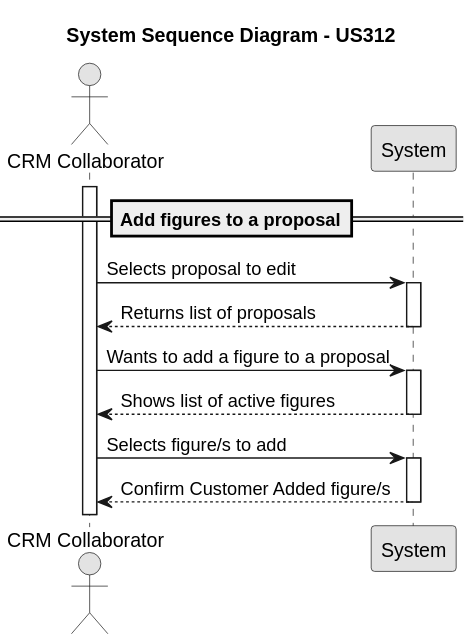
Earlier version of the PlantUML export docs/Sprint3/us_312/images/System_Sequence_Diagram_US312.svg (rubenFreitas1/ISEP-LAPR4-2024-2025). The source it was exported from:
```plantuml
@startuml
skinparam monochrome true
skinparam packageStyle rectangle
skinparam shadowing false

actor "CRM Collaborator" as crmCollaborator
participant "System" as system

title System Sequence Diagram - US312

==Add figures to a proposal==
activate crmCollaborator

crmCollaborator -> system : Selects proposal to edit
activate system
system --> crmCollaborator : Returns list of proposals
deactivate system

crmCollaborator -> system : Wants to add a figure to a proposal
activate system

system --> crmCollaborator : Shows list of active figures
deactivate system
crmCollaborator -> system : Selects figure/s to add

activate system

system --> crmCollaborator : Confirm Customer Added figure/s
deactivate system
@enduml
```
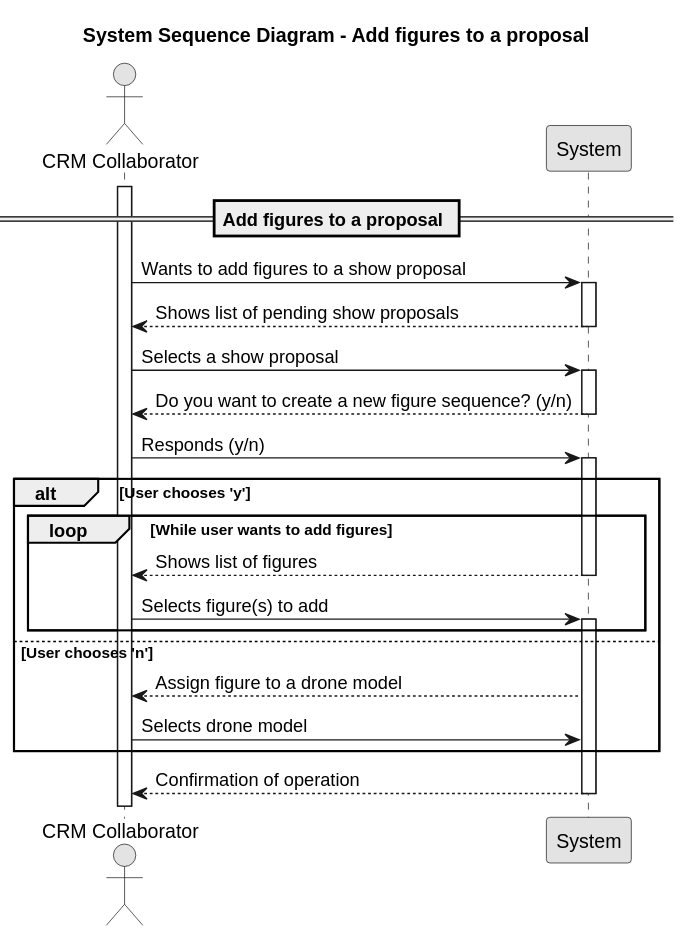
After the change.

Diff of the diagram source:
```diff
@@ -6,25 +6,37 @@
 actor "CRM Collaborator" as crmCollaborator
 participant "System" as system
 
-title System Sequence Diagram - US312
+title System Sequence Diagram - Add figures to a proposal
 
-==Add figures to a proposal==
+== Add figures to a proposal ==
 activate crmCollaborator
 
-crmCollaborator -> system : Selects proposal to edit
+crmCollaborator -> system : Wants to add figures to a show proposal
 activate system
-system --> crmCollaborator : Returns list of proposals
+system --> crmCollaborator : Shows list of pending show proposals
 deactivate system
 
-crmCollaborator -> system : Wants to add a figure to a proposal
+crmCollaborator -> system : Selects a show proposal
+activate system
+system --> crmCollaborator : Do you want to create a new figure sequence? (y/n)
+deactivate system
+
+crmCollaborator -> system : Responds (y/n)
 activate system
 
-system --> crmCollaborator : Shows list of active figures
-deactivate system
-crmCollaborator -> system : Selects figure/s to add
+alt User chooses 'y'
+    loop While user wants to add figures
+        system --> crmCollaborator : Shows list of figures
+        deactivate system
 
-activate system
+        crmCollaborator -> system : Selects figure(s) to add
+        activate system
+    end
+else User chooses 'n'
+    system --> crmCollaborator : Assign figure to a drone model
+crmCollaborator -> system : Selects drone model
+end
 
-system --> crmCollaborator : Confirm Customer Added figure/s
+system --> crmCollaborator : Confirmation of operation
 deactivate system
 @enduml
```
